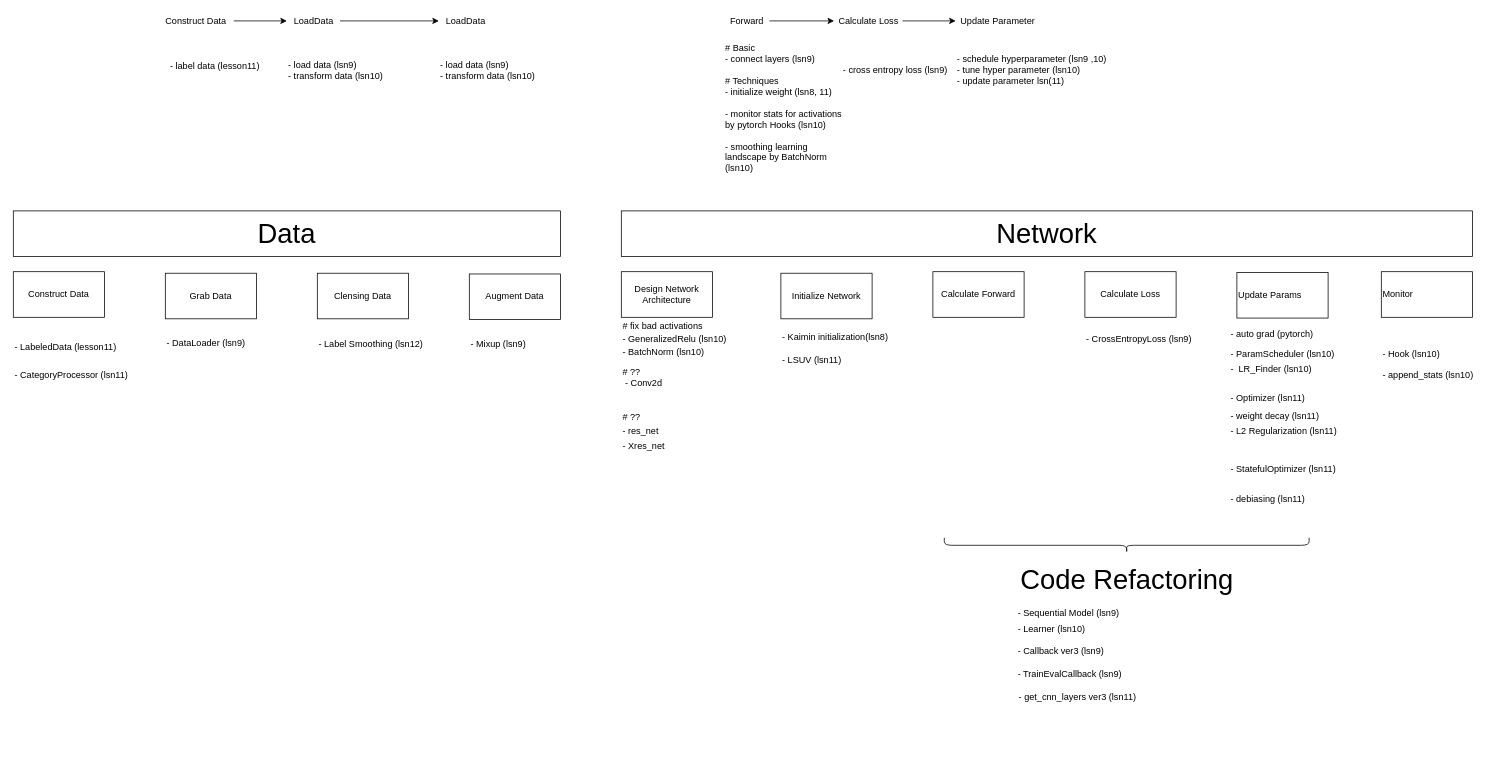
Above: page "overview" (1 of 8) of lesson_note/studyFastaiFigures.drawio in shuntaka/study-fastai (draw.io), before the change. Source tidied: cells renumbered, new cells numbered last; positions are measured from the earlier drawing's top-left corner, leaving out a move shared by most shapes. Both pictures are drawn from the tidied source at 76%, with x=0, y=0 at pixel (13, 13).
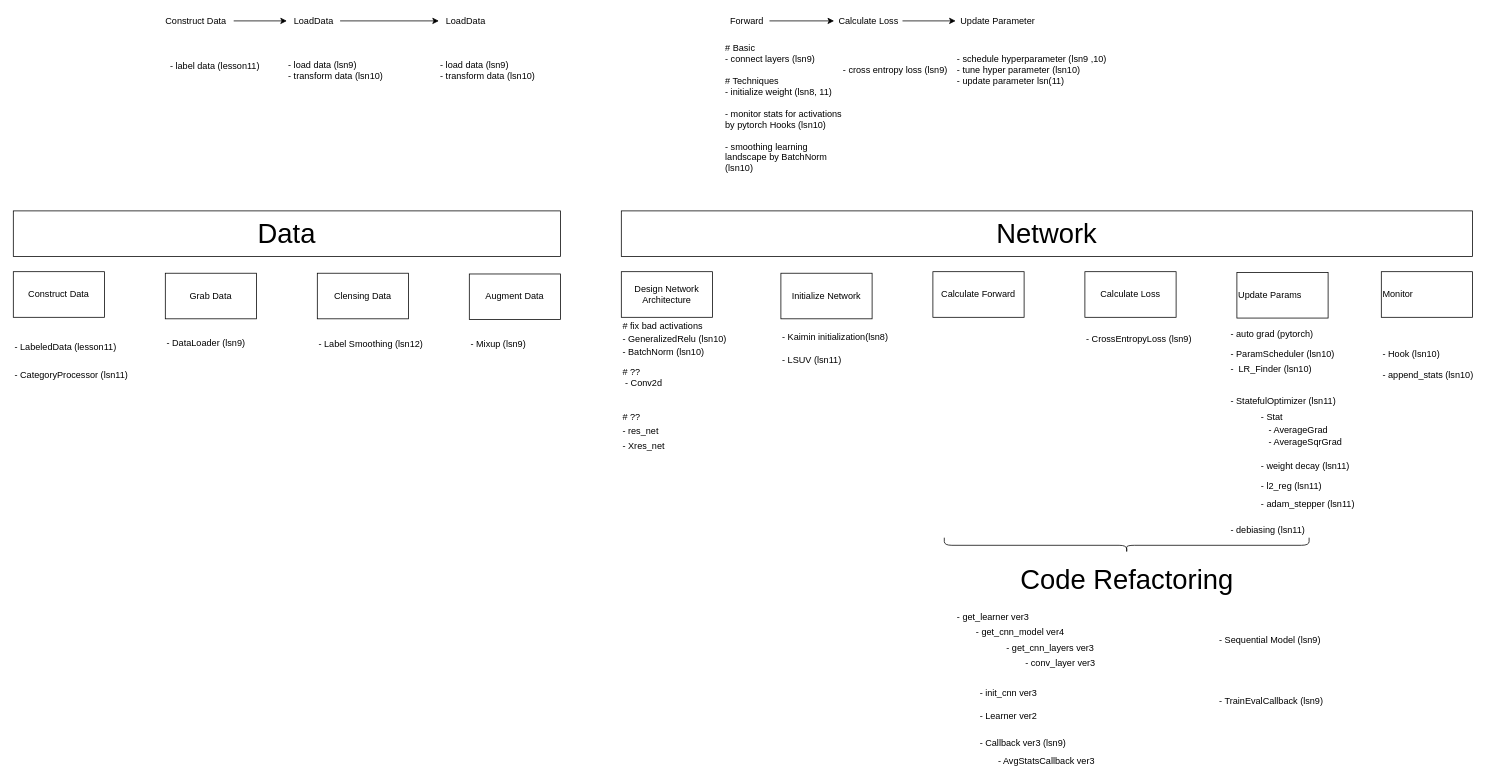
The same page after the edit.

Commit message (it also covers changes not shown here):
init_cnn

The edit, as a diff of the source:
```diff
@@
-    <mxCell id="18" value="- Learner (lsn10)" style="text;html=1;align=left;verticalAlign=middle;" parent="1" vertex="1">
-      <mxGeometry x="1320" y="801" width="100" height="20" as="geometry" />
-    </mxCell>
@@
     <mxCell id="37" value="- Sequential Model (lsn9)&lt;br&gt;" style="text;html=1;align=left;verticalAlign=middle;" parent="1" vertex="1">
-      <mxGeometry x="1320" y="780" width="150" height="20" as="geometry" />
+      <mxGeometry x="1585" y="815" width="150" height="20" as="geometry" />
     </mxCell>
@@
     <mxCell id="39" value="- Callback ver3 (lsn9)" style="text;html=1;align=left;verticalAlign=middle;" parent="1" vertex="1">
-      <mxGeometry x="1320" y="830" width="130" height="20" as="geometry" />
+      <mxGeometry x="1270" y="950" width="130" height="20" as="geometry" />
     </mxCell>
     <mxCell id="40" style="text;html=1;align=left;verticalAlign=middle;" parent="1" vertex="1">
-      <mxGeometry x="1320" y="860" width="20" height="20" as="geometry" />
+      <mxGeometry x="1585" y="895" width="20" height="20" as="geometry" />
     </mxCell>
     <mxCell id="41" value="- TrainEvalCallback (lsn9)" style="text;html=1;align=left;verticalAlign=middle;" parent="1" vertex="1">
-      <mxGeometry x="1320" y="860" width="150" height="20" as="geometry" />
+      <mxGeometry x="1585" y="895" width="150" height="20" as="geometry" />
     </mxCell>
@@
-    <mxCell id="43" value="- Optimizer (lsn11)" style="text;html=1;align=left;verticalAlign=middle;" parent="1" vertex="1">
-      <mxGeometry x="1600" y="497" width="110" height="20" as="geometry" />
-    </mxCell>
-    <mxCell id="44" value="- get_cnn_layers ver3 (lsn11)" style="text;html=1;align=center;verticalAlign=middle;" parent="1" vertex="1">
-      <mxGeometry x="1315" y="890" width="170" height="20" as="geometry" />
-    </mxCell>
@@
     <mxCell id="51" value="- StatefulOptimizer (lsn11)" style="text;html=1;align=left;verticalAlign=middle;" parent="1" vertex="1">
-      <mxGeometry x="1600" y="590" width="150" height="20" as="geometry" />
+      <mxGeometry x="1600" y="499.5" width="150" height="20" as="geometry" />
     </mxCell>
@@
     <mxCell id="62" value="- weight decay (lsn11)" style="text;html=1;align=left;verticalAlign=middle;" parent="1" vertex="1">
-      <mxGeometry x="1600" y="520" width="130" height="20" as="geometry" />
+      <mxGeometry x="1640" y="586" width="130" height="20" as="geometry" />
     </mxCell>
-    <mxCell id="63" value="- L2 Regularization (lsn11)" style="text;html=1;align=left;verticalAlign=middle;" parent="1" vertex="1">
-      <mxGeometry x="1600" y="540" width="160" height="20" as="geometry" />
+    <mxCell id="63" value="- l2_reg (lsn11)" style="text;html=1;align=left;verticalAlign=middle;" parent="1" vertex="1">
+      <mxGeometry x="1640" y="612" width="100" height="20" as="geometry" />
     </mxCell>
     <mxCell id="64" value="- debiasing (lsn11)" style="text;html=1;align=left;verticalAlign=middle;" parent="1" vertex="1">
-      <mxGeometry x="1600" y="630" width="110" height="20" as="geometry" />
+      <mxGeometry x="1600" y="670" width="110" height="20" as="geometry" />
     </mxCell>
+    <mxCell id="65" value="- adam_stepper (lsn11)" style="text;html=1;align=left;verticalAlign=middle;" parent="1" vertex="1">
+      <mxGeometry x="1640" y="636" width="140" height="20" as="geometry" />
+    </mxCell>
+    <mxCell id="66" value="- get_learner ver3&amp;nbsp;" style="text;html=1;align=left;verticalAlign=middle;" parent="1" vertex="1">
+      <mxGeometry x="1240" y="785" width="110" height="20" as="geometry" />
+    </mxCell>
+    <mxCell id="67" value="- get_cnn_model ver4" style="text;html=1;align=left;verticalAlign=middle;" parent="1" vertex="1">
+      <mxGeometry x="1265" y="805" width="130" height="20" as="geometry" />
+    </mxCell>
+    <mxCell id="68" value="- conv_layer ver3" style="text;html=1;align=left;verticalAlign=middle;" parent="1" vertex="1">
+      <mxGeometry x="1330" y="845" width="110" height="20" as="geometry" />
+    </mxCell>
+    <mxCell id="69" value="- Learner ver2" style="text;html=1;align=left;verticalAlign=middle;" parent="1" vertex="1">
+      <mxGeometry x="1270" y="915" width="90" height="20" as="geometry" />
+    </mxCell>
+    <mxCell id="70" value="- init_cnn ver3" style="text;html=1;align=left;verticalAlign=middle;" parent="1" vertex="1">
+      <mxGeometry x="1270" y="885" width="90" height="20" as="geometry" />
+    </mxCell>
+    <mxCell id="71" value="- get_cnn_layers ver3" style="text;html=1;align=left;verticalAlign=middle;" parent="1" vertex="1">
+      <mxGeometry x="1305" y="825" width="130" height="20" as="geometry" />
+    </mxCell>
+    <mxCell id="72" value="- Stat" style="text;html=1;align=left;verticalAlign=middle;" parent="1" vertex="1">
+      <mxGeometry x="1640" y="520.5" width="40" height="20" as="geometry" />
+    </mxCell>
+    <mxCell id="73" value="- AverageGrad" style="text;html=1;align=left;verticalAlign=middle;" parent="1" vertex="1">
+      <mxGeometry x="1650" y="538.5" width="90" height="20" as="geometry" />
+    </mxCell>
+    <mxCell id="74" value="- AverageSqrGrad" style="text;html=1;align=left;verticalAlign=middle;" parent="1" vertex="1">
+      <mxGeometry x="1650" y="553.5" width="110" height="20" as="geometry" />
+    </mxCell>
+    <mxCell id="75" value="- AvgStatsCallback ver3" style="text;html=1;align=left;verticalAlign=middle;" parent="1" vertex="1">
+      <mxGeometry x="1294" y="974" width="140" height="20" as="geometry" />
+    </mxCell>
```
